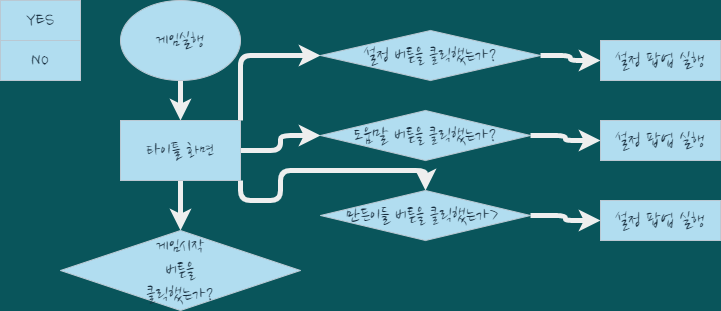
The draw.io diagram gameplay_flowchat.drawio.png in kinesis19/stac_project_SME, before a commit. Source tidied: cells renumbered, new cells last; positions are measured from the earlier drawing's top-left corner, leaving out a move shared by most shapes.
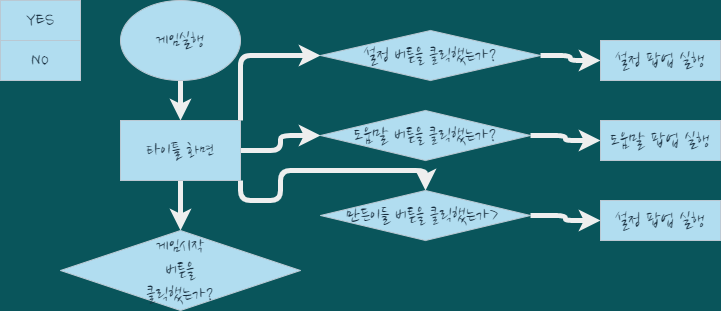
Above is the later version.

Change to the diagram source:
```diff
@@ -53,7 +53,7 @@
     <mxCell id="18" value="설정 팝업 실행" style="rounded=0;whiteSpace=wrap;html=1;sketch=0;fontFamily=Nanum Brush Script;fontSource=https%3A%2F%2Ffonts.googleapis.com%2Fcss%3Ffamily%3DNanum%2BBrush%2BScript;fontSize=20;fillColor=#B1DDF0;strokeColor=#BAC8D3;fontColor=#182E3E;" parent="1" vertex="1">
       <mxGeometry x="600" y="40" width="120" height="40" as="geometry" />
     </mxCell>
-    <mxCell id="19" value="설정 팝업 실행" style="rounded=0;whiteSpace=wrap;html=1;sketch=0;fontFamily=Nanum Brush Script;fontSource=https%3A%2F%2Ffonts.googleapis.com%2Fcss%3Ffamily%3DNanum%2BBrush%2BScript;fontSize=20;fillColor=#B1DDF0;strokeColor=#BAC8D3;fontColor=#182E3E;" parent="1" vertex="1">
+    <mxCell id="19" value="도움말 팝업 실행" style="rounded=0;whiteSpace=wrap;html=1;sketch=0;fontFamily=Nanum Brush Script;fontSource=https%3A%2F%2Ffonts.googleapis.com%2Fcss%3Ffamily%3DNanum%2BBrush%2BScript;fontSize=20;fillColor=#B1DDF0;strokeColor=#BAC8D3;fontColor=#182E3E;" parent="1" vertex="1">
       <mxGeometry x="600" y="120" width="120" height="40" as="geometry" />
     </mxCell>
     <mxCell id="20" value="설정 팝업 실행" style="rounded=0;whiteSpace=wrap;html=1;sketch=0;fontFamily=Nanum Brush Script;fontSource=https%3A%2F%2Ffonts.googleapis.com%2Fcss%3Ffamily%3DNanum%2BBrush%2BScript;fontSize=20;fillColor=#B1DDF0;strokeColor=#BAC8D3;fontColor=#182E3E;" parent="1" vertex="1">
```
